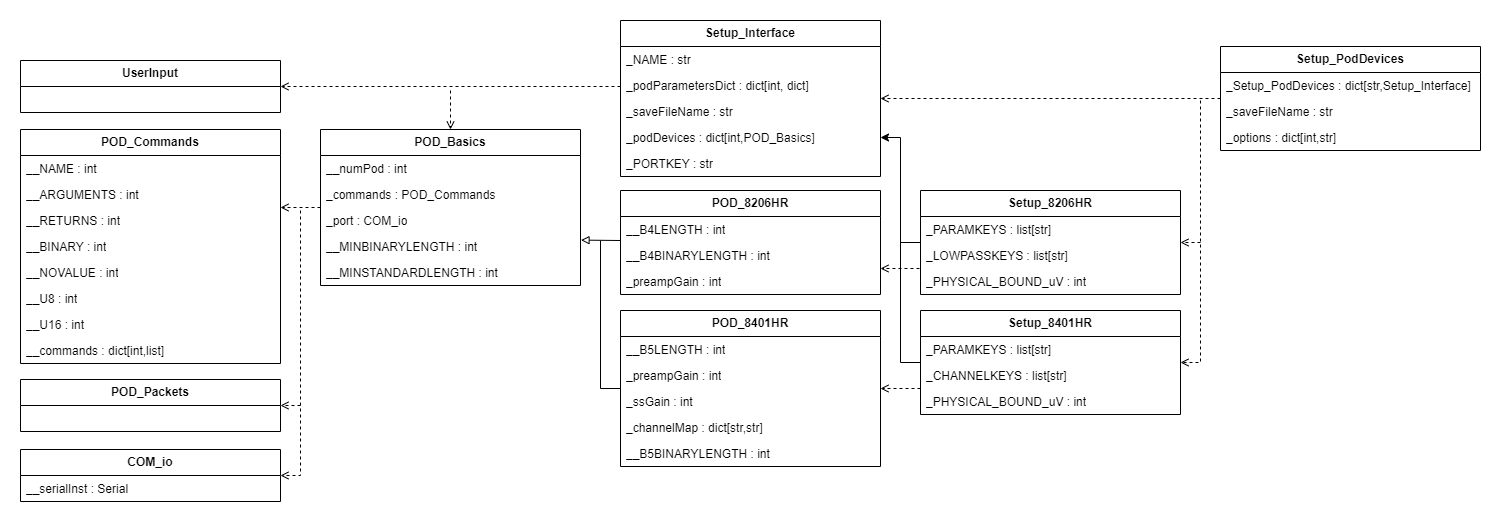
Before: Documents/Diagrams/UML-class-diagram.png, a diagram exported from draw.io (Pinnacle-Technology-Inc/Morelia). Source tidied: cells renumbered, new cells last; positions are measured from the earlier drawing's top-left corner, leaving out a move shared by most shapes. The source it was exported from:
```xml
<mxGraphModel>
  <root>
    <mxCell id="0" />
    <mxCell id="1" parent="0" />
    <mxCell id="2" style="rounded=0;whiteSpace=wrap;html=1;strokeColor=#FFFFFF;" parent="1" vertex="1">
      <mxGeometry width="1500" height="520" as="geometry" />
    </mxCell>
    <mxCell id="3" value="POD_Basics" style="swimlane;fontStyle=1;horizontal=1;startSize=26;fillColor=none;whiteSpace=wrap;html=1;" parent="1" vertex="1">
      <mxGeometry x="320" y="129" width="260" height="156" as="geometry" />
    </mxCell>
    <mxCell id="4" value="__numPod : int" style="text;strokeColor=none;fillColor=none;align=left;verticalAlign=top;spacingLeft=4;spacingRight=4;overflow=hidden;whiteSpace=wrap;html=1;" parent="3" vertex="1">
      <mxGeometry y="26" width="260" height="26" as="geometry" />
    </mxCell>
    <mxCell id="5" value="_commands : POD_Commands" style="text;strokeColor=none;fillColor=none;align=left;verticalAlign=top;spacingLeft=4;spacingRight=4;overflow=hidden;whiteSpace=wrap;html=1;" parent="3" vertex="1">
      <mxGeometry y="52" width="260" height="26" as="geometry" />
    </mxCell>
    <mxCell id="6" value="_port : COM_io" style="text;strokeColor=none;fillColor=none;align=left;verticalAlign=top;spacingLeft=4;spacingRight=4;overflow=hidden;whiteSpace=wrap;html=1;" parent="3" vertex="1">
      <mxGeometry y="78" width="260" height="26" as="geometry" />
    </mxCell>
    <mxCell id="7" value="__MINBINARYLENGTH : int" style="text;strokeColor=none;fillColor=none;align=left;verticalAlign=top;spacingLeft=4;spacingRight=4;overflow=hidden;whiteSpace=wrap;html=1;" parent="3" vertex="1">
      <mxGeometry y="104" width="260" height="26" as="geometry" />
    </mxCell>
    <mxCell id="8" value="__MINSTANDARDLENGTH : int" style="text;strokeColor=none;fillColor=none;align=left;verticalAlign=top;spacingLeft=4;spacingRight=4;overflow=hidden;whiteSpace=wrap;html=1;" parent="3" vertex="1">
      <mxGeometry y="130" width="260" height="26" as="geometry" />
    </mxCell>
    <mxCell id="9" value="&lt;b&gt;POD_Commands&lt;/b&gt;" style="swimlane;fontStyle=0;horizontal=1;startSize=26;fillColor=none;whiteSpace=wrap;html=1;" parent="1" vertex="1">
      <mxGeometry x="20" y="129" width="260" height="234" as="geometry" />
    </mxCell>
    <mxCell id="10" value="__NAME : int" style="text;strokeColor=none;fillColor=none;align=left;verticalAlign=top;spacingLeft=4;spacingRight=4;overflow=hidden;whiteSpace=wrap;html=1;" parent="9" vertex="1">
      <mxGeometry y="26" width="260" height="26" as="geometry" />
    </mxCell>
    <mxCell id="11" value="__ARGUMENTS : int" style="text;strokeColor=none;fillColor=none;align=left;verticalAlign=top;spacingLeft=4;spacingRight=4;overflow=hidden;whiteSpace=wrap;html=1;" parent="9" vertex="1">
      <mxGeometry y="52" width="260" height="26" as="geometry" />
    </mxCell>
    <mxCell id="12" value="__RETURNS : int" style="text;strokeColor=none;fillColor=none;align=left;verticalAlign=top;spacingLeft=4;spacingRight=4;overflow=hidden;whiteSpace=wrap;html=1;" parent="9" vertex="1">
      <mxGeometry y="78" width="260" height="26" as="geometry" />
    </mxCell>
    <mxCell id="13" value="__BINARY : int" style="text;strokeColor=none;fillColor=none;align=left;verticalAlign=top;spacingLeft=4;spacingRight=4;overflow=hidden;whiteSpace=wrap;html=1;" parent="9" vertex="1">
      <mxGeometry y="104" width="260" height="26" as="geometry" />
    </mxCell>
    <mxCell id="14" value="__NOVALUE : int" style="text;strokeColor=none;fillColor=none;align=left;verticalAlign=top;spacingLeft=4;spacingRight=4;overflow=hidden;whiteSpace=wrap;html=1;" parent="9" vertex="1">
      <mxGeometry y="130" width="260" height="26" as="geometry" />
    </mxCell>
    <mxCell id="15" value="__U8 : int" style="text;strokeColor=none;fillColor=none;align=left;verticalAlign=top;spacingLeft=4;spacingRight=4;overflow=hidden;whiteSpace=wrap;html=1;" parent="9" vertex="1">
      <mxGeometry y="156" width="260" height="26" as="geometry" />
    </mxCell>
    <mxCell id="16" value="__U16 : int" style="text;strokeColor=none;fillColor=none;align=left;verticalAlign=top;spacingLeft=4;spacingRight=4;overflow=hidden;whiteSpace=wrap;html=1;" parent="9" vertex="1">
      <mxGeometry y="182" width="260" height="26" as="geometry" />
    </mxCell>
    <mxCell id="17" value="__commands : dict[int,list]" style="text;strokeColor=none;fillColor=none;align=left;verticalAlign=top;spacingLeft=4;spacingRight=4;overflow=hidden;whiteSpace=wrap;html=1;" parent="9" vertex="1">
      <mxGeometry y="208" width="260" height="26" as="geometry" />
    </mxCell>
    <mxCell id="18" value="&lt;b&gt;POD_8401HR&lt;/b&gt;" style="swimlane;fontStyle=0;horizontal=1;startSize=26;fillColor=none;whiteSpace=wrap;html=1;" parent="1" vertex="1">
      <mxGeometry x="620" y="310" width="260" height="156" as="geometry" />
    </mxCell>
    <mxCell id="19" value="__B5LENGTH : int" style="text;strokeColor=none;fillColor=none;align=left;verticalAlign=top;spacingLeft=4;spacingRight=4;overflow=hidden;whiteSpace=wrap;html=1;shadow=1;" parent="18" vertex="1">
      <mxGeometry y="26" width="260" height="26" as="geometry" />
    </mxCell>
    <mxCell id="20" value="_preampGain : int" style="text;strokeColor=none;fillColor=none;align=left;verticalAlign=top;spacingLeft=4;spacingRight=4;overflow=hidden;whiteSpace=wrap;html=1;" parent="18" vertex="1">
      <mxGeometry y="52" width="260" height="26" as="geometry" />
    </mxCell>
    <mxCell id="21" value="_ssGain : int" style="text;strokeColor=none;fillColor=none;align=left;verticalAlign=top;spacingLeft=4;spacingRight=4;overflow=hidden;whiteSpace=wrap;html=1;" parent="18" vertex="1">
      <mxGeometry y="78" width="260" height="26" as="geometry" />
    </mxCell>
    <mxCell id="22" value="_channelMap : dict[str,str]" style="text;strokeColor=none;fillColor=none;align=left;verticalAlign=top;spacingLeft=4;spacingRight=4;overflow=hidden;whiteSpace=wrap;html=1;" parent="18" vertex="1">
      <mxGeometry y="104" width="260" height="26" as="geometry" />
    </mxCell>
    <mxCell id="23" value="__B5BINARYLENGTH : int" style="text;strokeColor=none;fillColor=none;align=left;verticalAlign=top;spacingLeft=4;spacingRight=4;overflow=hidden;whiteSpace=wrap;html=1;" parent="18" vertex="1">
      <mxGeometry y="130" width="260" height="26" as="geometry" />
    </mxCell>
    <mxCell id="24" value="&lt;b&gt;POD_Packets&lt;/b&gt;" style="swimlane;fontStyle=0;horizontal=1;startSize=26;fillColor=none;whiteSpace=wrap;html=1;" parent="1" vertex="1">
      <mxGeometry x="20" y="379" width="260" height="52" as="geometry" />
    </mxCell>
    <mxCell id="25" value="&lt;b&gt;COM_io&lt;/b&gt;" style="swimlane;fontStyle=0;horizontal=1;startSize=26;fillColor=none;whiteSpace=wrap;html=1;" parent="1" vertex="1">
      <mxGeometry x="20" y="449" width="260" height="52" as="geometry" />
    </mxCell>
    <mxCell id="26" value="__serialInst :&amp;nbsp;Serial" style="text;strokeColor=none;fillColor=none;align=left;verticalAlign=top;spacingLeft=4;spacingRight=4;overflow=hidden;whiteSpace=wrap;html=1;shadow=1;" parent="25" vertex="1">
      <mxGeometry y="26" width="260" height="26" as="geometry" />
    </mxCell>
    <mxCell id="27" value="Setup_8206HR" style="swimlane;fontStyle=1;horizontal=1;startSize=26;fillColor=none;whiteSpace=wrap;html=1;" parent="1" vertex="1">
      <mxGeometry x="920" y="190" width="260" height="104" as="geometry" />
    </mxCell>
    <mxCell id="28" value="_PARAMKEYS : list[str]" style="text;strokeColor=none;fillColor=none;align=left;verticalAlign=top;spacingLeft=4;spacingRight=4;overflow=hidden;whiteSpace=wrap;html=1;shadow=1;" parent="27" vertex="1">
      <mxGeometry y="26" width="260" height="26" as="geometry" />
    </mxCell>
    <mxCell id="29" value="_LOWPASSKEYS : list[str]" style="text;strokeColor=none;fillColor=none;align=left;verticalAlign=top;spacingLeft=4;spacingRight=4;overflow=hidden;points=[[0,0.5],[1,0.5]];portConstraint=eastwest;whiteSpace=wrap;html=1;" parent="27" vertex="1">
      <mxGeometry y="52" width="260" height="26" as="geometry" />
    </mxCell>
    <mxCell id="30" value="_PHYSICAL_BOUND_uV : int" style="text;strokeColor=none;fillColor=none;align=left;verticalAlign=top;spacingLeft=4;spacingRight=4;overflow=hidden;whiteSpace=wrap;html=1;" parent="27" vertex="1">
      <mxGeometry y="78" width="260" height="26" as="geometry" />
    </mxCell>
    <mxCell id="31" value="Setup_PodDevices" style="swimlane;fontStyle=1;horizontal=1;startSize=26;fillColor=none;whiteSpace=wrap;html=1;" parent="1" vertex="1">
      <mxGeometry x="1220" y="46" width="260" height="104" as="geometry" />
    </mxCell>
    <mxCell id="32" value="_Setup_PodDevices : dict[str,Setup_Interface&lt;span style=&quot;background-color: initial;&quot;&gt;]&amp;nbsp;&lt;/span&gt;" style="text;strokeColor=none;fillColor=none;align=left;verticalAlign=top;spacingLeft=4;spacingRight=4;overflow=hidden;whiteSpace=wrap;html=1;shadow=1;" parent="31" vertex="1">
      <mxGeometry y="26" width="260" height="26" as="geometry" />
    </mxCell>
    <mxCell id="33" value="_saveFileName : str" style="text;strokeColor=none;fillColor=none;align=left;verticalAlign=top;spacingLeft=4;spacingRight=4;overflow=hidden;whiteSpace=wrap;html=1;" parent="31" vertex="1">
      <mxGeometry y="52" width="260" height="26" as="geometry" />
    </mxCell>
    <mxCell id="34" value="_options : dict[int,str]" style="text;strokeColor=none;fillColor=none;align=left;verticalAlign=top;spacingLeft=4;spacingRight=4;overflow=hidden;whiteSpace=wrap;html=1;" parent="31" vertex="1">
      <mxGeometry y="78" width="260" height="26" as="geometry" />
    </mxCell>
    <mxCell id="35" value="Setup_Interface" style="swimlane;fontStyle=1;horizontal=1;startSize=26;fillColor=none;whiteSpace=wrap;html=1;" parent="1" vertex="1">
      <mxGeometry x="620" y="20" width="260" height="156" as="geometry" />
    </mxCell>
    <mxCell id="36" value="_NAME : str" style="text;strokeColor=none;fillColor=none;align=left;verticalAlign=top;spacingLeft=4;spacingRight=4;overflow=hidden;whiteSpace=wrap;html=1;shadow=1;" parent="35" vertex="1">
      <mxGeometry y="26" width="260" height="26" as="geometry" />
    </mxCell>
    <mxCell id="37" value="_podParametersDict : dict[int, dict]" style="text;strokeColor=none;fillColor=none;align=left;verticalAlign=top;spacingLeft=4;spacingRight=4;overflow=hidden;whiteSpace=wrap;html=1;" parent="35" vertex="1">
      <mxGeometry y="52" width="260" height="26" as="geometry" />
    </mxCell>
    <mxCell id="38" value="_saveFileName : str" style="text;strokeColor=none;fillColor=none;align=left;verticalAlign=top;spacingLeft=4;spacingRight=4;overflow=hidden;whiteSpace=wrap;html=1;" parent="35" vertex="1">
      <mxGeometry y="78" width="260" height="26" as="geometry" />
    </mxCell>
    <mxCell id="39" value="_podDevices : dict[int,POD_Basics]" style="text;strokeColor=none;fillColor=none;align=left;verticalAlign=top;spacingLeft=4;spacingRight=4;overflow=hidden;points=[[0,0.5],[1,0.5]];portConstraint=eastwest;whiteSpace=wrap;html=1;" parent="35" vertex="1">
      <mxGeometry y="104" width="260" height="26" as="geometry" />
    </mxCell>
    <mxCell id="40" value="_PORTKEY : str" style="text;strokeColor=none;fillColor=none;align=left;verticalAlign=top;spacingLeft=4;spacingRight=4;overflow=hidden;whiteSpace=wrap;html=1;shadow=1;" parent="35" vertex="1">
      <mxGeometry y="130" width="260" height="26" as="geometry" />
    </mxCell>
    <mxCell id="41" style="endArrow=open;html=1;rounded=0;dashed=1;endFill=0;" parent="1" edge="1" source="31" target="35">
      <mxGeometry relative="1" as="geometry" />
    </mxCell>
    <mxCell id="42" style="endArrow=block;html=1;rounded=0;endFill=0;exitX=0;exitY=0.5;exitDx=0;exitDy=0;entryX=1.002;entryY=0.331;entryDx=0;entryDy=0;entryPerimeter=0;" parent="1" edge="1">
      <mxGeometry relative="1" as="geometry">
        <mxPoint x="620" y="240" as="sourcePoint" />
        <mxPoint x="580.5" y="239.6" as="targetPoint" />
      </mxGeometry>
    </mxCell>
    <mxCell id="43" style="endArrow=open;html=1;rounded=0;dashed=1;endFill=0;exitX=0;exitY=0.5;exitDx=0;exitDy=0;" parent="1" edge="1" source="3">
      <mxGeometry relative="1" as="geometry">
        <mxPoint x="280" y="207" as="targetPoint" />
      </mxGeometry>
    </mxCell>
    <mxCell id="44" value="POD_8206HR" style="swimlane;fontStyle=1;horizontal=1;startSize=26;fillColor=none;whiteSpace=wrap;html=1;" parent="1" vertex="1">
      <mxGeometry x="620" y="190" width="260" height="104" as="geometry" />
    </mxCell>
    <mxCell id="45" value="__B4LENGTH : int" style="text;strokeColor=none;fillColor=none;align=left;verticalAlign=top;spacingLeft=4;spacingRight=4;overflow=hidden;whiteSpace=wrap;html=1;shadow=1;" parent="44" vertex="1">
      <mxGeometry y="26" width="260" height="26" as="geometry" />
    </mxCell>
    <mxCell id="46" value="__B4BINARYLENGTH : int" style="text;strokeColor=none;fillColor=none;align=left;verticalAlign=top;spacingLeft=4;spacingRight=4;overflow=hidden;whiteSpace=wrap;html=1;" parent="44" vertex="1">
      <mxGeometry y="52" width="260" height="26" as="geometry" />
    </mxCell>
    <mxCell id="47" value="_preampGain : int" style="text;strokeColor=none;fillColor=none;align=left;verticalAlign=top;spacingLeft=4;spacingRight=4;overflow=hidden;whiteSpace=wrap;html=1;" parent="44" vertex="1">
      <mxGeometry y="78" width="260" height="26" as="geometry" />
    </mxCell>
    <mxCell id="48" style="endArrow=open;html=1;rounded=0;dashed=1;endFill=0;entryX=1;entryY=0.5;entryDx=0;entryDy=0;" parent="1" edge="1" target="24">
      <mxGeometry relative="1" as="geometry">
        <mxPoint x="300" y="405" as="sourcePoint" />
      </mxGeometry>
    </mxCell>
    <mxCell id="49" value="UserInput&lt;span style=&quot;color: rgb(230, 237, 243); font-family: ui-monospace, SFMono-Regular, &amp;quot;SF Mono&amp;quot;, Menlo, Consolas, &amp;quot;Liberation Mono&amp;quot;, monospace; font-weight: 400; text-align: start; background-color: rgba(46, 160, 67, 0.15);&quot;&gt; &lt;/span&gt;" style="swimlane;fontStyle=1;horizontal=1;startSize=26;fillColor=none;whiteSpace=wrap;html=1;" parent="1" vertex="1">
      <mxGeometry x="20" y="60" width="260" height="52" as="geometry" />
    </mxCell>
    <mxCell id="50" value="Setup_8401HR" style="swimlane;fontStyle=1;horizontal=1;startSize=26;fillColor=none;whiteSpace=wrap;html=1;" parent="1" vertex="1">
      <mxGeometry x="920" y="310" width="260" height="104" as="geometry" />
    </mxCell>
    <mxCell id="51" value="_PARAMKEYS : list[str]" style="text;strokeColor=none;fillColor=none;align=left;verticalAlign=top;spacingLeft=4;spacingRight=4;overflow=hidden;whiteSpace=wrap;html=1;shadow=1;" parent="50" vertex="1">
      <mxGeometry y="26" width="260" height="26" as="geometry" />
    </mxCell>
    <mxCell id="52" value="_CHANNELKEYS : list[str]" style="text;strokeColor=none;fillColor=none;align=left;verticalAlign=top;spacingLeft=4;spacingRight=4;overflow=hidden;whiteSpace=wrap;html=1;" parent="50" vertex="1">
      <mxGeometry y="52" width="260" height="26" as="geometry" />
    </mxCell>
    <mxCell id="53" value="_PHYSICAL_BOUND_uV : int" style="text;strokeColor=none;fillColor=none;align=left;verticalAlign=top;spacingLeft=4;spacingRight=4;overflow=hidden;whiteSpace=wrap;html=1;" parent="50" vertex="1">
      <mxGeometry y="78" width="260" height="26" as="geometry" />
    </mxCell>
    <mxCell id="54" style="endArrow=open;html=1;rounded=0;dashed=1;endFill=0;exitX=0;exitY=0.75;exitDx=0;exitDy=0;" parent="1" edge="1" source="50">
      <mxGeometry relative="1" as="geometry">
        <mxPoint x="880" y="388" as="targetPoint" />
      </mxGeometry>
    </mxCell>
    <mxCell id="55" style="endArrow=open;html=1;rounded=0;dashed=1;endFill=0;entryX=1;entryY=0.5;entryDx=0;entryDy=0;" parent="1" edge="1" target="25">
      <mxGeometry relative="1" as="geometry">
        <mxPoint x="300" y="210" as="sourcePoint" />
        <Array as="points">
          <mxPoint x="300" y="475" />
        </Array>
      </mxGeometry>
    </mxCell>
    <mxCell id="56" style="endArrow=open;html=1;rounded=0;dashed=1;endFill=0;entryX=1;entryY=0.5;entryDx=0;entryDy=0;" parent="1" edge="1" target="49">
      <mxGeometry relative="1" as="geometry">
        <mxPoint x="620" y="86" as="sourcePoint" />
      </mxGeometry>
    </mxCell>
    <mxCell id="57" style="endArrow=none;html=1;rounded=0;entryX=0;entryY=0.5;entryDx=0;entryDy=0;" parent="1" edge="1" target="18">
      <mxGeometry relative="1" as="geometry">
        <mxPoint x="600" y="240" as="sourcePoint" />
        <Array as="points">
          <mxPoint x="600" y="388" />
        </Array>
      </mxGeometry>
    </mxCell>
    <mxCell id="58" style="endArrow=open;html=1;rounded=0;dashed=1;endFill=0;entryX=1;entryY=0.5;entryDx=0;entryDy=0;" parent="1" edge="1" target="27">
      <mxGeometry relative="1" as="geometry">
        <mxPoint x="1200" y="242" as="sourcePoint" />
      </mxGeometry>
    </mxCell>
    <mxCell id="59" style="endArrow=open;html=1;rounded=0;dashed=1;endFill=0;entryX=1;entryY=0.5;entryDx=0;entryDy=0;" parent="1" edge="1" target="50">
      <mxGeometry relative="1" as="geometry">
        <mxPoint x="1200" y="100" as="sourcePoint" />
        <Array as="points">
          <mxPoint x="1200" y="362" />
        </Array>
      </mxGeometry>
    </mxCell>
    <mxCell id="60" style="endArrow=classic;html=1;rounded=0;exitX=0;exitY=0.5;exitDx=0;exitDy=0;entryX=1;entryY=0.5;entryDx=0;entryDy=0;" parent="1" edge="1" source="50" target="39">
      <mxGeometry relative="1" as="geometry">
        <Array as="points">
          <mxPoint x="900" y="362" />
          <mxPoint x="900" y="137" />
        </Array>
      </mxGeometry>
    </mxCell>
    <mxCell id="61" style="endArrow=open;html=1;rounded=0;dashed=1;endFill=0;exitX=-0.004;exitY=1;exitDx=0;exitDy=0;entryX=1;entryY=0.75;entryDx=0;entryDy=0;exitPerimeter=0;" parent="1" edge="1" source="29" target="44">
      <mxGeometry relative="1" as="geometry" />
    </mxCell>
    <mxCell id="62" style="endArrow=none;html=1;rounded=0;entryX=0;entryY=0.5;entryDx=0;entryDy=0;" parent="1" edge="1" target="27">
      <mxGeometry relative="1" as="geometry">
        <mxPoint x="900" y="242" as="sourcePoint" />
      </mxGeometry>
    </mxCell>
    <mxCell id="63" style="endArrow=open;html=1;rounded=0;dashed=1;endFill=0;entryX=0.5;entryY=0;entryDx=0;entryDy=0;" parent="1" edge="1" target="3">
      <mxGeometry relative="1" as="geometry">
        <mxPoint x="450" y="90" as="sourcePoint" />
      </mxGeometry>
    </mxCell>
  </root>
</mxGraphModel>
```
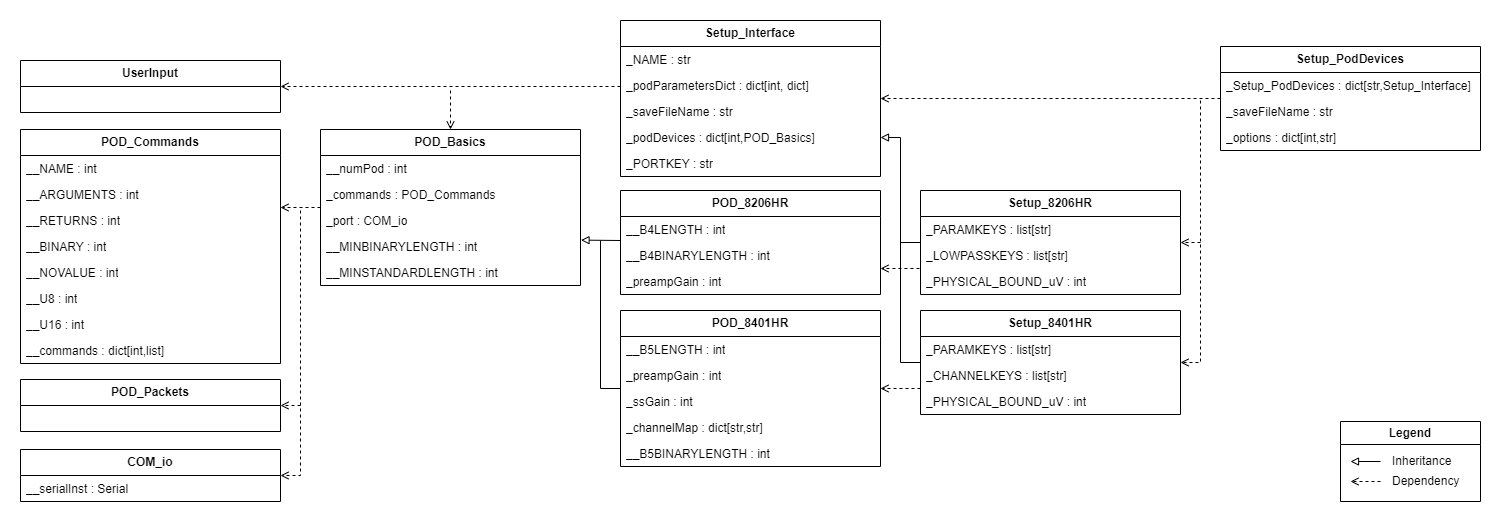
Later version of the same file.

Commit message:
Add legend to UML class diagram

The edit, as a diff of the source:
```diff
@@ -204,7 +204,7 @@
         </Array>
       </mxGeometry>
     </mxCell>
-    <mxCell id="60" style="endArrow=classic;html=1;rounded=0;exitX=0;exitY=0.5;exitDx=0;exitDy=0;entryX=1;entryY=0.5;entryDx=0;entryDy=0;" parent="1" edge="1" source="50" target="39">
+    <mxCell id="60" style="endArrow=block;html=1;rounded=0;exitX=0;exitY=0.5;exitDx=0;exitDy=0;entryX=1;entryY=0.5;entryDx=0;entryDy=0;endFill=0;" parent="1" edge="1" source="50" target="39">
       <mxGeometry relative="1" as="geometry">
         <Array as="points">
           <mxPoint x="900" y="362" />
@@ -225,5 +225,26 @@
         <mxPoint x="450" y="90" as="sourcePoint" />
       </mxGeometry>
     </mxCell>
+    <mxCell id="64" value="Legend" style="swimlane;whiteSpace=wrap;html=1;" parent="1" vertex="1">
+      <mxGeometry x="1340" y="421" width="140" height="80" as="geometry" />
+    </mxCell>
+    <mxCell id="65" value="Inheritance" style="text;html=1;strokeColor=none;fillColor=none;align=left;verticalAlign=middle;whiteSpace=wrap;rounded=0;" parent="64" vertex="1">
+      <mxGeometry x="50" y="30" width="80" height="20" as="geometry" />
+    </mxCell>
+    <mxCell id="66" style="endArrow=block;html=1;endFill=0;" parent="64" edge="1">
+      <mxGeometry relative="1" as="geometry">
+        <mxPoint x="40" y="40" as="sourcePoint" />
+        <mxPoint x="10" y="40" as="targetPoint" />
+      </mxGeometry>
+    </mxCell>
+    <mxCell id="67" style="endArrow=open;html=1;endFill=0;dashed=1;" parent="64" edge="1">
+      <mxGeometry relative="1" as="geometry">
+        <mxPoint x="40" y="60" as="sourcePoint" />
+        <mxPoint x="10" y="60" as="targetPoint" />
+      </mxGeometry>
+    </mxCell>
+    <mxCell id="68" value="Dependency" style="text;html=1;strokeColor=none;fillColor=none;align=left;verticalAlign=middle;whiteSpace=wrap;rounded=0;" parent="64" vertex="1">
+      <mxGeometry x="50" y="50" width="80" height="20" as="geometry" />
+    </mxCell>
   </root>
 </mxGraphModel>
```
